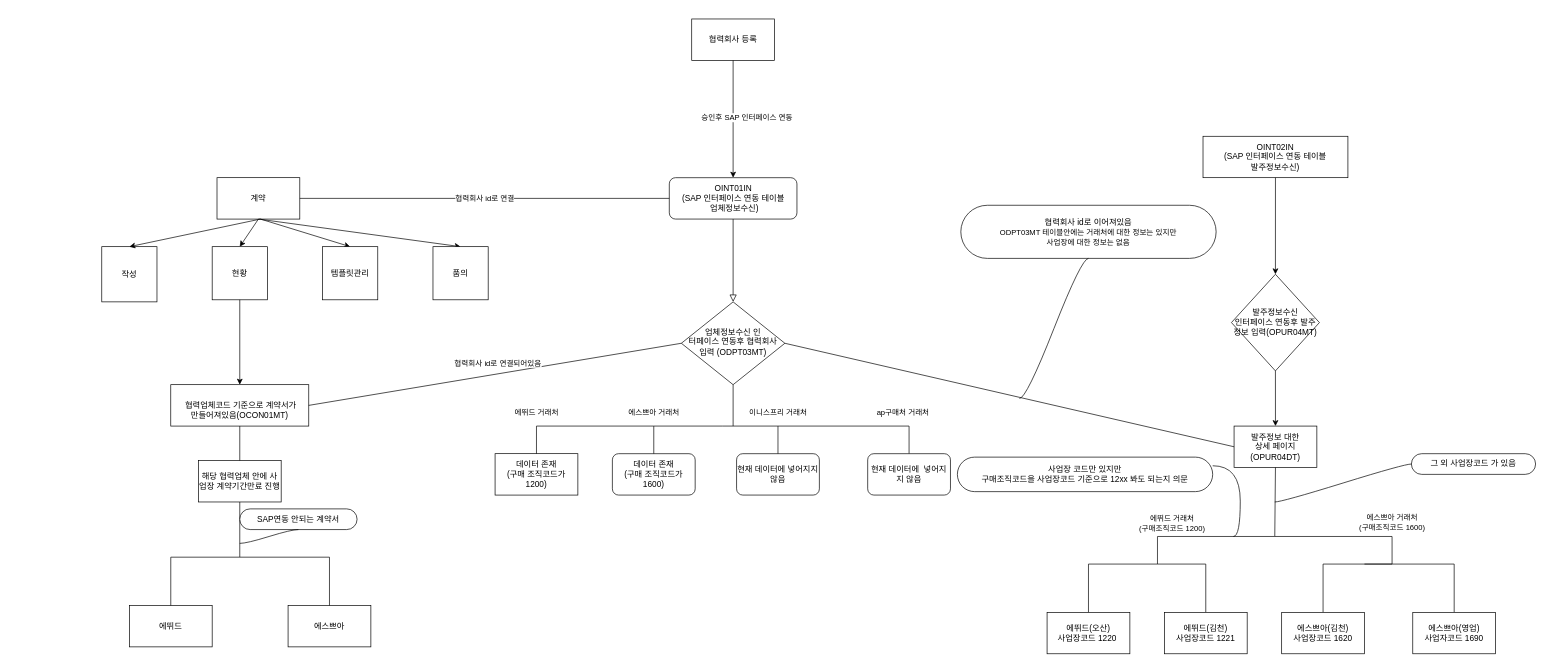
This is 제목 없는 다이어그램.drawio from jeahuck/yang, a draw.io file, before an edit. Source tidied: cells renumbered, new cells numbered last; positions are measured from the earlier drawing's top-left corner, leaving out a move shared by most shapes. Both pictures are drawn from the tidied source at 69%, with x=0, y=0 at pixel (101, 19).
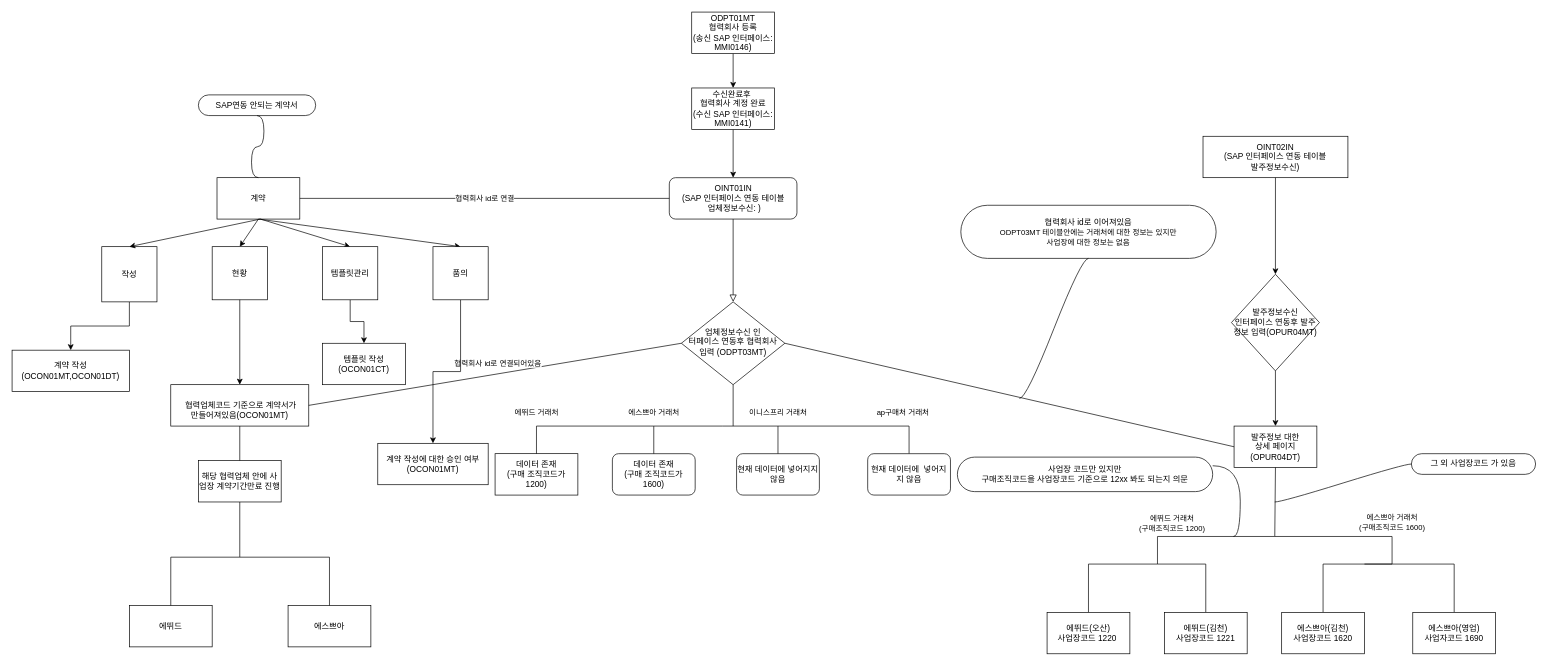
Above is the later version.

Commit message:
제목 없는 다이어그램.drawio 업데이트

The change refers to these unchanged cells:
```xml
<mxCell id="30" value="계약" style="rounded=0;whiteSpace=wrap;html=1;" parent="1" vertex="1">
  <mxGeometry x="167" y="230" width="120" height="60" as="geometry" />
</mxCell>
<mxCell id="53" value="작성" style="rounded=0;whiteSpace=wrap;html=1;" parent="1" vertex="1">
  <mxGeometry y="330" width="80" height="80" as="geometry" />
</mxCell>
<mxCell id="56" value="템플릿관리" style="rounded=0;whiteSpace=wrap;html=1;" parent="1" vertex="1">
  <mxGeometry x="320" y="330" width="80" height="77" as="geometry" />
</mxCell>
<mxCell id="58" value="품의" style="rounded=0;whiteSpace=wrap;html=1;" parent="1" vertex="1">
  <mxGeometry x="480" y="330" width="80" height="77" as="geometry" />
</mxCell>
```

What changed in the source:
```diff
@@
-    <mxCell id="3" value="OINT01IN&lt;br&gt;(SAP 인터페이스 연동 테이블&lt;br&gt;&amp;nbsp;업체정보수신)" style="rounded=1;whiteSpace=wrap;html=1;fontSize=12;glass=0;strokeWidth=1;shadow=0;labelBackgroundColor=none;" parent="1" vertex="1">
+    <mxCell id="3" value="OINT01IN&lt;br&gt;(SAP 인터페이스 연동 테이블&lt;br&gt;&amp;nbsp;업체정보수신: )" style="rounded=1;whiteSpace=wrap;html=1;fontSize=12;glass=0;strokeWidth=1;shadow=0;labelBackgroundColor=none;" parent="1" vertex="1">
       <mxGeometry x="822.5" y="230" width="185" height="60" as="geometry" />
     </mxCell>
@@
+    <mxCell id="59" style="edgeStyle=orthogonalEdgeStyle;rounded=0;jettySize=auto;html=1;entryX=0.5;entryY=0;entryDx=0;entryDy=0;" parent="1" edge="1" source="28" target="67">
+      <mxGeometry relative="1" as="geometry" />
+    </mxCell>
-    <mxCell id="28" value="협력회사 등록" style="rounded=0;whiteSpace=wrap;html=1;" parent="1" vertex="1">
-      <mxGeometry x="855" width="120" height="60" as="geometry" />
+    <mxCell id="28" value="ODPT01MT&lt;br&gt;협력회사 등록&lt;br&gt;(송신 SAP 인터페이스: MMI0146)" style="rounded=0;whiteSpace=wrap;html=1;" parent="1" vertex="1">
+      <mxGeometry x="855" y="-10" width="120" height="60" as="geometry" />
     </mxCell>
-    <mxCell id="29" value="승인후 SAP 인터페이스 연동" style="endArrow=classic;html=1;rounded=0;exitX=0.5;exitY=1;exitDx=0;exitDy=0;entryX=0.5;entryY=0;entryDx=0;entryDy=0;" parent="1" edge="1" source="28" target="3">
-      <mxGeometry x="-0.02" y="20" relative="1" as="geometry">
-        <Array as="points">
-          <mxPoint x="915" y="150" />
-        </Array>
-      </mxGeometry>
-    </mxCell>
@@
     <mxCell id="46" value="SAP연동 안되는 계약서" style="whiteSpace=wrap;html=1;rounded=1;arcSize=50;align=center;verticalAlign=middle;strokeWidth=1;spacing=4;newEdgeStyle={&quot;edgeStyle&quot;:&quot;entityRelationEdgeStyle&quot;,&quot;startArrow&quot;:&quot;none&quot;,&quot;endArrow&quot;:&quot;none&quot;,&quot;segment&quot;:10,&quot;curved&quot;:1,&quot;sourcePerimeterSpacing&quot;:0,&quot;targetPerimeterSpacing&quot;:0};" parent="1" vertex="1">
-      <mxGeometry x="200" y="710" width="170" height="30" as="geometry" />
+      <mxGeometry x="140" y="110" width="170" height="30" as="geometry" />
     </mxCell>
-    <mxCell id="47" style="edgeStyle=entityRelationEdgeStyle;startArrow=none;endArrow=none;segment=10;curved=1;sourcePerimeterSpacing=0;targetPerimeterSpacing=0;rounded=0;entryX=0.5;entryY=1;entryDx=0;entryDy=0;" parent="1" edge="1" target="46">
-      <mxGeometry relative="1" as="geometry">
-        <mxPoint x="200" y="760" as="sourcePoint" />
-      </mxGeometry>
+    <mxCell id="47" style="edgeStyle=entityRelationEdgeStyle;startArrow=none;endArrow=none;segment=10;curved=1;sourcePerimeterSpacing=0;targetPerimeterSpacing=0;rounded=0;entryX=0.5;entryY=1;entryDx=0;entryDy=0;exitX=0.5;exitY=0;exitDx=0;exitDy=0;" parent="1" edge="1" source="30" target="46">
+      <mxGeometry relative="1" as="geometry" />
     </mxCell>
@@
+    <mxCell id="60" style="edgeStyle=orthogonalEdgeStyle;rounded=0;jettySize=auto;html=1;entryX=0.5;entryY=0;entryDx=0;entryDy=0;" parent="1" edge="1" source="53" target="63">
+      <mxGeometry relative="1" as="geometry" />
+    </mxCell>
@@
+    <mxCell id="61" style="edgeStyle=orthogonalEdgeStyle;rounded=0;jettySize=auto;html=1;" parent="1" edge="1" source="56" target="64">
+      <mxGeometry relative="1" as="geometry" />
+    </mxCell>
@@
+    <mxCell id="62" style="edgeStyle=orthogonalEdgeStyle;rounded=0;jettySize=auto;html=1;entryX=0.5;entryY=0;entryDx=0;entryDy=0;" parent="1" edge="1" source="58" target="65">
+      <mxGeometry relative="1" as="geometry" />
+    </mxCell>
@@
+    <mxCell id="63" value="계약 작성 (OCON01MT,OCON01DT)" style="rounded=0;whiteSpace=wrap;html=1;" parent="1" vertex="1">
+      <mxGeometry x="-130" y="480" width="170" height="60" as="geometry" />
+    </mxCell>
+    <mxCell id="64" value="템플릿 작성&lt;br&gt;(OCON01CT)" style="rounded=0;whiteSpace=wrap;html=1;" parent="1" vertex="1">
+      <mxGeometry x="320" y="470" width="120" height="60" as="geometry" />
+    </mxCell>
+    <mxCell id="65" value="계약 작성에 대한 승인 여부&lt;br&gt;(OCON01MT)" style="rounded=0;whiteSpace=wrap;html=1;" parent="1" vertex="1">
+      <mxGeometry x="400" y="615" width="160" height="60" as="geometry" />
+    </mxCell>
+    <mxCell id="66" style="edgeStyle=orthogonalEdgeStyle;rounded=0;jettySize=auto;html=1;entryX=0.5;entryY=0;entryDx=0;entryDy=0;" parent="1" edge="1" source="67" target="3">
+      <mxGeometry relative="1" as="geometry" />
+    </mxCell>
+    <mxCell id="67" value="수신완료후&amp;nbsp;&lt;br&gt;협력회사 계정 완료&lt;br&gt;(수신 SAP 인터페이스: MMI0141)" style="rounded=0;whiteSpace=wrap;html=1;" parent="1" vertex="1">
+      <mxGeometry x="855" y="100" width="120" height="60" as="geometry" />
+    </mxCell>
```
